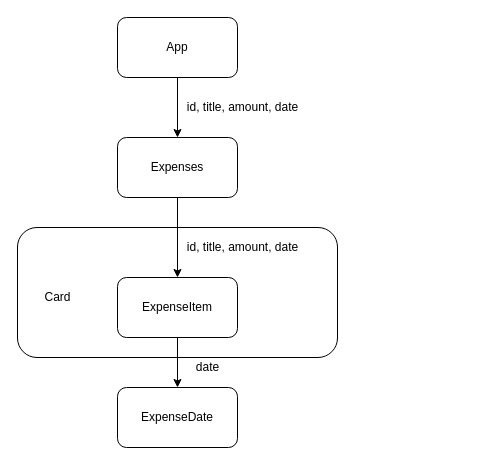
Above: expenses.app.drawio in hieutrung0451/expenses-app (draw.io), before the change. Source tidied: cells renumbered, new cells numbered last; positions are measured from the earlier drawing's top-left corner, leaving out a move shared by most shapes. Both pictures are drawn from the tidied source at 100%, with x=0, y=0 at pixel (17, 17).
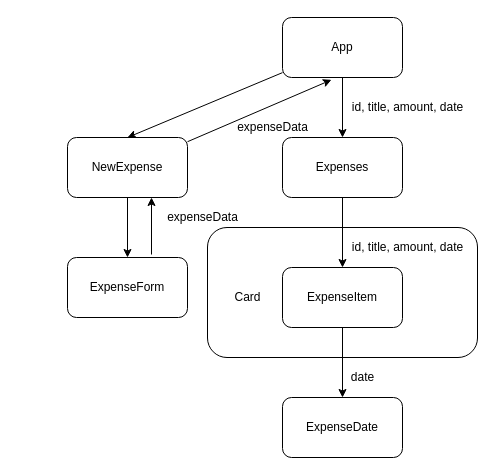
Above is the later version.

Change to the diagram source:
```diff
@@
     <mxCell id="2" value="&amp;nbsp; &amp;nbsp; &amp;nbsp;" style="rounded=1;whiteSpace=wrap;html=1;" parent="1" vertex="1">
-      <mxGeometry y="210" width="320" height="130" as="geometry" />
+      <mxGeometry x="190" y="210" width="270" height="130" as="geometry" />
     </mxCell>
@@
+    <mxCell id="14" style="edgeStyle=none;html=1;entryX=0.5;entryY=0;entryDx=0;entryDy=0;" parent="1" edge="1" source="4" target="17">
+      <mxGeometry relative="1" as="geometry" />
+    </mxCell>
     <mxCell id="4" value="App" style="rounded=1;whiteSpace=wrap;html=1;" parent="1" vertex="1">
-      <mxGeometry x="100" width="120" height="60" as="geometry" />
+      <mxGeometry x="265" width="120" height="60" as="geometry" />
     </mxCell>
@@
     <mxCell id="6" value="ExpenseItem" style="rounded=1;whiteSpace=wrap;html=1;" parent="1" vertex="1">
-      <mxGeometry x="100" y="260" width="120" height="60" as="geometry" />
+      <mxGeometry x="265" y="250" width="120" height="60" as="geometry" />
     </mxCell>
     <mxCell id="7" value="id, title, amount, date" style="text;html=1;align=center;verticalAlign=middle;strokeColor=none;fillColor=none;" parent="1" vertex="1">
-      <mxGeometry x="160" y="80" width="130" height="20" as="geometry" />
+      <mxGeometry x="325" y="80" width="130" height="20" as="geometry" />
     </mxCell>
     <mxCell id="8" value="ExpenseDate" style="whiteSpace=wrap;html=1;rounded=1;" parent="1" vertex="1">
-      <mxGeometry x="100" y="370" width="120" height="60" as="geometry" />
+      <mxGeometry x="265" y="380" width="120" height="60" as="geometry" />
     </mxCell>
     <mxCell id="9" value="date" style="text;html=1;align=center;verticalAlign=middle;strokeColor=none;fillColor=none;" parent="1" vertex="1">
-      <mxGeometry x="170" y="340" width="40" height="20" as="geometry" />
+      <mxGeometry x="325" y="350" width="40" height="20" as="geometry" />
     </mxCell>
@@
     <mxCell id="11" value="Expenses" style="rounded=1;whiteSpace=wrap;html=1;" parent="1" vertex="1">
-      <mxGeometry x="100" y="120" width="120" height="60" as="geometry" />
+      <mxGeometry x="265" y="120" width="120" height="60" as="geometry" />
     </mxCell>
     <mxCell id="12" value="id, title, amount, date" style="text;html=1;align=center;verticalAlign=middle;strokeColor=none;fillColor=none;" parent="1" vertex="1">
-      <mxGeometry x="160" y="220" width="130" height="20" as="geometry" />
+      <mxGeometry x="325" y="220" width="130" height="20" as="geometry" />
     </mxCell>
     <mxCell id="13" value="Card" style="text;html=1;align=center;verticalAlign=middle;strokeColor=none;fillColor=none;" parent="1" vertex="1">
-      <mxGeometry x="20" y="270" width="40" height="20" as="geometry" />
+      <mxGeometry x="210" y="270" width="40" height="20" as="geometry" />
     </mxCell>
+    <mxCell id="15" style="edgeStyle=none;html=1;entryX=0.5;entryY=0;entryDx=0;entryDy=0;" parent="1" edge="1" source="17" target="19">
+      <mxGeometry relative="1" as="geometry" />
+    </mxCell>
+    <mxCell id="16" style="edgeStyle=none;html=1;entryX=0.408;entryY=1.039;entryDx=0;entryDy=0;entryPerimeter=0;" parent="1" edge="1" source="17" target="4">
+      <mxGeometry relative="1" as="geometry" />
+    </mxCell>
+    <mxCell id="17" value="NewExpense" style="rounded=1;whiteSpace=wrap;html=1;" parent="1" vertex="1">
+      <mxGeometry x="50" y="120" width="120" height="60" as="geometry" />
+    </mxCell>
+    <mxCell id="18" style="edgeStyle=none;html=1;exitX=0.7;exitY=-0.05;exitDx=0;exitDy=0;exitPerimeter=0;" parent="1" edge="1" source="19">
+      <mxGeometry relative="1" as="geometry">
+        <mxPoint x="134" y="180" as="targetPoint" />
+      </mxGeometry>
+    </mxCell>
+    <mxCell id="19" value="ExpenseForm" style="rounded=1;whiteSpace=wrap;html=1;" parent="1" vertex="1">
+      <mxGeometry x="50" y="240" width="120" height="60" as="geometry" />
+    </mxCell>
+    <mxCell id="20" value="expenseData" style="text;html=1;align=center;verticalAlign=middle;strokeColor=none;fillColor=none;" parent="1" vertex="1">
+      <mxGeometry x="140" y="190" width="90" height="20" as="geometry" />
+    </mxCell>
+    <mxCell id="21" value="expenseData" style="text;html=1;align=center;verticalAlign=middle;strokeColor=none;fillColor=none;" parent="1" vertex="1">
+      <mxGeometry x="210" y="100" width="90" height="20" as="geometry" />
+    </mxCell>
```
